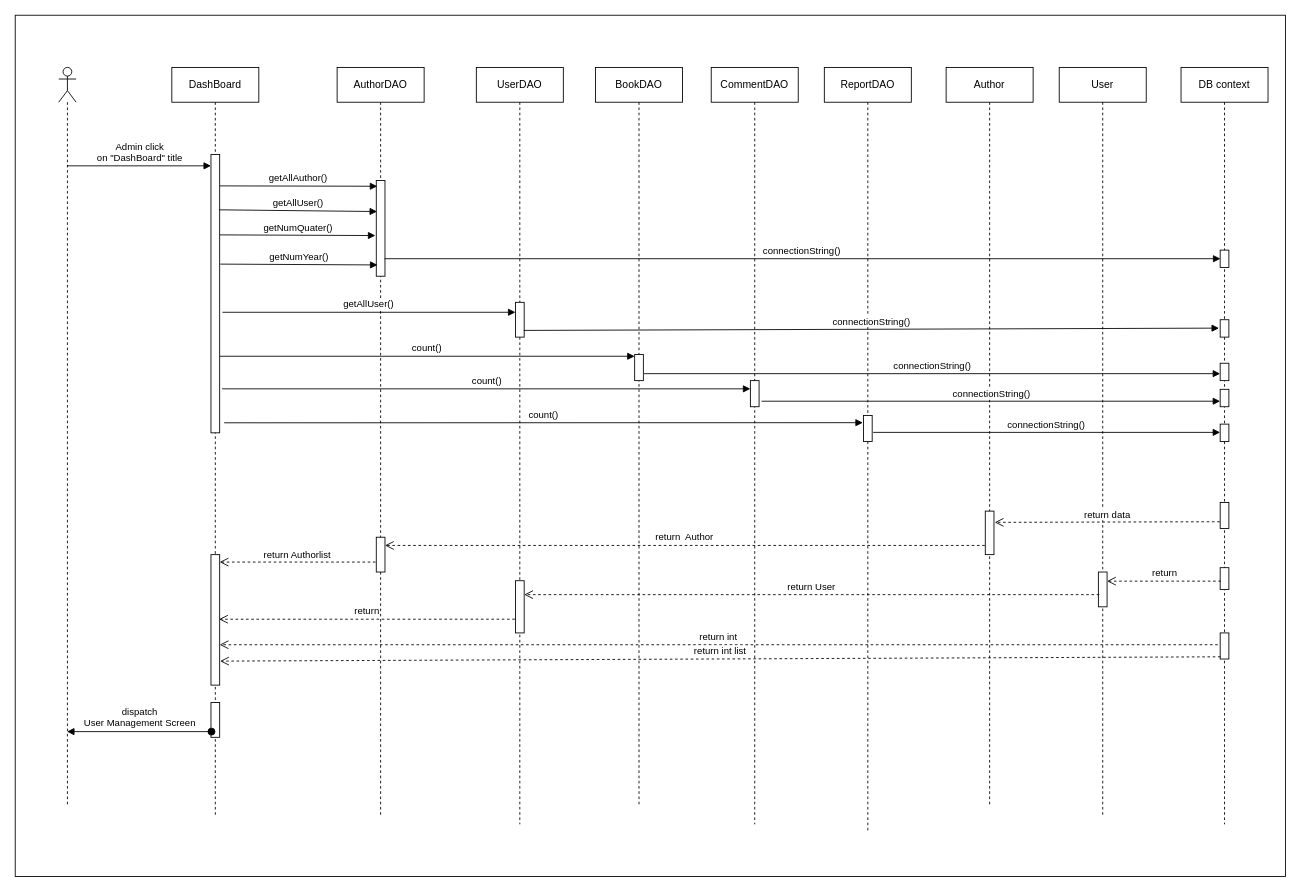
This is page "Trang-8" (8 of 8) of te3.drawio from baspdd/desktop-tutorial, a draw.io file, before an edit. Source tidied: cells renumbered, new cells numbered last; positions are measured from the earlier drawing's top-left corner, leaving out a move shared by most shapes. Both pictures are drawn from the tidied source at 87%, with x=0, y=0 at pixel (15, 15).
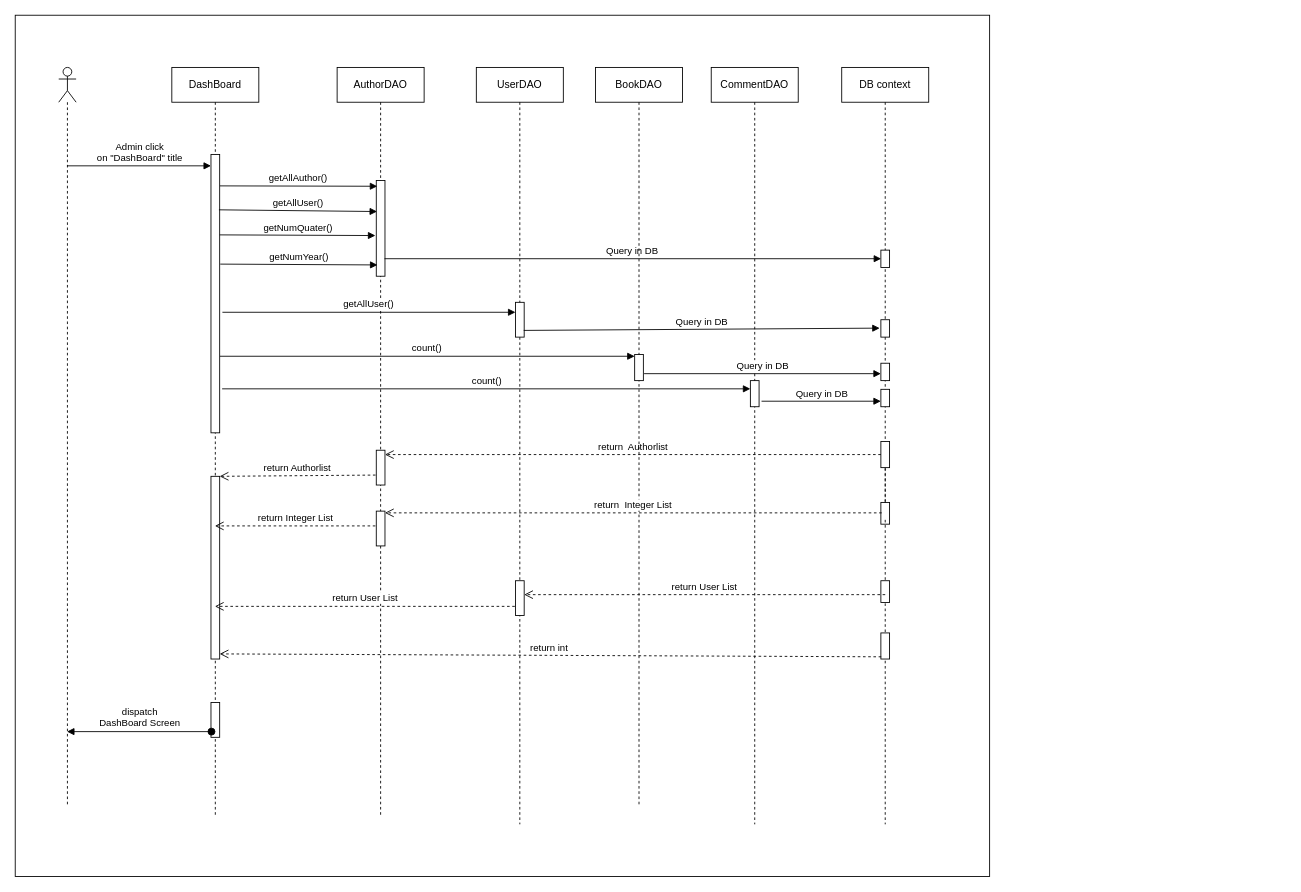
The same diagram, later.

Unchanged cells that the change refers to:
```xml
<mxCell id="3" style="shape=umlLifeline;participant=umlActor;perimeter=lifelinePerimeter;whiteSpace=wrap;html=1;verticalAlign=top;spacingTop=36;outlineConnect=0;" parent="1" vertex="1">
  <mxGeometry x="50" y="60" width="20" height="850" as="geometry" />
</mxCell>
<mxCell id="4" value="DashBoard" style="shape=umlLifeline;perimeter=lifelinePerimeter;whiteSpace=wrap;html=1;outlineConnect=0;" parent="1" vertex="1">
  <mxGeometry x="180" y="60" width="100" height="860" as="geometry" />
</mxCell>
<mxCell id="5" style="html=1;points=[];perimeter=orthogonalPerimeter;" parent="4" vertex="1">
  <mxGeometry x="45" y="100" width="10" height="320" as="geometry" />
</mxCell>
<mxCell id="7" style="html=1;points=[];perimeter=orthogonalPerimeter;" parent="4" vertex="1">
  <mxGeometry x="45" y="730" width="10" height="40" as="geometry" />
</mxCell>
<mxCell id="8" value="AuthorDAO" style="shape=umlLifeline;perimeter=lifelinePerimeter;whiteSpace=wrap;html=1;" parent="1" vertex="1">
  <mxGeometry x="370" y="60" width="100" height="860" as="geometry" />
</mxCell>
<mxCell id="9" style="html=1;points=[];perimeter=orthogonalPerimeter;" parent="8" vertex="1">
  <mxGeometry x="45" y="130" width="10" height="110" as="geometry" />
</mxCell>
<mxCell id="14" style="html=1;points=[];perimeter=orthogonalPerimeter;" parent="13" vertex="1">
  <mxGeometry x="45" y="210" width="10" height="20" as="geometry" />
</mxCell>
<mxCell id="15" style="html=1;points=[];perimeter=orthogonalPerimeter;" parent="13" vertex="1">
  <mxGeometry x="45" y="290" width="10" height="20" as="geometry" />
</mxCell>
<mxCell id="16" style="html=1;points=[];perimeter=orthogonalPerimeter;" parent="13" vertex="1">
  <mxGeometry x="45" y="340" width="10" height="20" as="geometry" />
</mxCell>
<mxCell id="17" style="html=1;points=[];perimeter=orthogonalPerimeter;" parent="13" vertex="1">
  <mxGeometry x="45" y="370" width="10" height="20" as="geometry" />
</mxCell>
<mxCell id="19" style="html=1;points=[];perimeter=orthogonalPerimeter;" parent="13" vertex="1">
  <mxGeometry x="45" y="650" width="10" height="30" as="geometry" />
</mxCell>
<mxCell id="33" value="UserDAO" style="shape=umlLifeline;perimeter=lifelinePerimeter;whiteSpace=wrap;html=1;" parent="1" vertex="1">
  <mxGeometry x="530" y="60" width="100" height="870" as="geometry" />
</mxCell>
<mxCell id="34" style="html=1;points=[];perimeter=orthogonalPerimeter;" parent="33" vertex="1">
  <mxGeometry x="45" y="270" width="10" height="40" as="geometry" />
</mxCell>
<mxCell id="37" style="html=1;points=[];perimeter=orthogonalPerimeter;" parent="36" vertex="1">
  <mxGeometry x="45" y="330" width="10" height="30" as="geometry" />
</mxCell>
<mxCell id="39" style="html=1;points=[];perimeter=orthogonalPerimeter;" parent="38" vertex="1">
  <mxGeometry x="45" y="360" width="10" height="30" as="geometry" />
</mxCell>
```

Change to the diagram source:
```diff
@@
     <mxCell id="2" style="rounded=0;whiteSpace=wrap;html=1;" parent="1" vertex="1">
-      <mxGeometry width="1460" height="990" as="geometry" />
+      <mxGeometry width="1120" height="990" as="geometry" />
     </mxCell>
@@
     <mxCell id="6" style="html=1;points=[];perimeter=orthogonalPerimeter;" parent="4" vertex="1">
-      <mxGeometry x="45" y="560" width="10" height="150" as="geometry" />
+      <mxGeometry x="45" y="470" width="10" height="210" as="geometry" />
     </mxCell>
@@
     <mxCell id="10" style="html=1;points=[];perimeter=orthogonalPerimeter;" parent="8" vertex="1">
-      <mxGeometry x="45" y="540" width="10" height="40" as="geometry" />
+      <mxGeometry x="45" y="440" width="10" height="40" as="geometry" />
     </mxCell>
-    <mxCell id="11" value="Author" style="shape=umlLifeline;perimeter=lifelinePerimeter;whiteSpace=wrap;html=1;" parent="1" vertex="1">
-      <mxGeometry x="1070" y="60" width="100" height="850" as="geometry" />
-    </mxCell>
-    <mxCell id="12" style="html=1;points=[];perimeter=orthogonalPerimeter;" parent="11" vertex="1">
-      <mxGeometry x="45" y="510" width="10" height="50" as="geometry" />
-    </mxCell>
+    <mxCell id="56" style="html=1;points=[];perimeter=orthogonalPerimeter;" parent="8" vertex="1">
+      <mxGeometry x="45" y="510" width="10" height="40" as="geometry" />
+    </mxCell>
     <mxCell id="13" value="DB context" style="shape=umlLifeline;perimeter=lifelinePerimeter;whiteSpace=wrap;html=1;" parent="1" vertex="1">
-      <mxGeometry x="1340" y="60" width="100" height="870" as="geometry" />
+      <mxGeometry x="950" y="60" width="100" height="870" as="geometry" />
     </mxCell>
@@
-    <mxCell id="18" style="html=1;points=[];perimeter=orthogonalPerimeter;" parent="13" vertex="1">
-      <mxGeometry x="45" y="410" width="10" height="20" as="geometry" />
-    </mxCell>
@@
     <mxCell id="20" style="html=1;points=[];perimeter=orthogonalPerimeter;" parent="13" vertex="1">
-      <mxGeometry x="45" y="500" width="10" height="30" as="geometry" />
+      <mxGeometry x="45" y="430" width="10" height="30" as="geometry" />
     </mxCell>
     <mxCell id="21" style="html=1;points=[];perimeter=orthogonalPerimeter;" parent="13" vertex="1">
-      <mxGeometry x="45" y="575" width="10" height="25" as="geometry" />
+      <mxGeometry x="45" y="500" width="10" height="25" as="geometry" />
     </mxCell>
+    <mxCell id="57" style="html=1;verticalAlign=bottom;endArrow=none;dashed=1;endSize=8;rounded=0;startArrow=none;" parent="13" edge="1" source="21" target="20">
+      <mxGeometry relative="1" as="geometry" />
+    </mxCell>
+    <mxCell id="58" style="html=1;perimeter=orthogonalPerimeter;" parent="13" vertex="1">
+      <mxGeometry x="45" y="590" width="10" height="25" as="geometry" />
+    </mxCell>
@@
-    <mxCell id="23" value="connectionString()" style="html=1;verticalAlign=bottom;endArrow=block;rounded=0;exitX=0.948;exitY=0.817;exitDx=0;exitDy=0;exitPerimeter=0;entryX=0.033;entryY=0.493;entryDx=0;entryDy=0;entryPerimeter=0;" parent="1" edge="1" source="9" target="14">
+    <mxCell id="23" value="Query in DB" style="html=1;verticalAlign=bottom;endArrow=block;rounded=0;exitX=0.948;exitY=0.817;exitDx=0;exitDy=0;exitPerimeter=0;entryX=0.033;entryY=0.493;entryDx=0;entryDy=0;entryPerimeter=0;" parent="1" edge="1" source="9" target="14">
       <mxGeometry relative="1" as="geometry" />
     </mxCell>
-    <mxCell id="24" value="return&amp;nbsp; Author" style="html=1;verticalAlign=bottom;endArrow=open;dashed=1;endSize=8;rounded=0;exitX=-0.052;exitY=0.789;exitDx=0;exitDy=0;exitPerimeter=0;" parent="1" edge="1" source="12" target="10">
+    <mxCell id="24" value="return&amp;nbsp; Authorlist" style="html=1;verticalAlign=bottom;endArrow=open;dashed=1;endSize=8;rounded=0;startArrow=none;" parent="1" edge="1" source="20" target="10">
       <mxGeometry relative="1" as="geometry" />
     </mxCell>
@@
-    <mxCell id="26" value="dispatch &lt;br&gt;User Management Screen" style="html=1;verticalAlign=bottom;startArrow=oval;startFill=1;endArrow=block;startSize=8;rounded=0;exitX=0.057;exitY=0.836;exitDx=0;exitDy=0;exitPerimeter=0;" parent="1" edge="1" source="7" target="3">
+    <mxCell id="26" value="dispatch &lt;br&gt;DashBoard Screen" style="html=1;verticalAlign=bottom;startArrow=oval;startFill=1;endArrow=block;startSize=8;rounded=0;exitX=0.057;exitY=0.836;exitDx=0;exitDy=0;exitPerimeter=0;" parent="1" edge="1" source="7" target="3">
       <mxGeometry relative="1" as="geometry" />
     </mxCell>
@@
-    <mxCell id="31" value="return int" style="html=1;verticalAlign=bottom;endArrow=open;dashed=1;endSize=8;rounded=0;exitX=-0.276;exitY=0.453;exitDx=0;exitDy=0;exitPerimeter=0;" parent="1" edge="1" source="19" target="6">
-      <mxGeometry relative="1" as="geometry" />
-    </mxCell>
-    <mxCell id="32" value="return int list" style="html=1;verticalAlign=bottom;endArrow=open;dashed=1;endSize=8;rounded=0;exitX=0.043;exitY=0.915;exitDx=0;exitDy=0;exitPerimeter=0;entryX=1.047;entryY=0.816;entryDx=0;entryDy=0;entryPerimeter=0;" parent="1" edge="1" source="19" target="6">
+    <mxCell id="32" value="return int&amp;nbsp;" style="html=1;verticalAlign=bottom;endArrow=open;dashed=1;endSize=8;rounded=0;exitX=0.043;exitY=0.915;exitDx=0;exitDy=0;exitPerimeter=0;entryX=1;entryY=0.972;entryDx=0;entryDy=0;entryPerimeter=0;" parent="1" edge="1" source="19" target="6">
       <mxGeometry relative="1" as="geometry" />
     </mxCell>
@@
     <mxCell id="35" style="html=1;points=[];perimeter=orthogonalPerimeter;" parent="33" vertex="1">
-      <mxGeometry x="45" y="590" width="10" height="60" as="geometry" />
+      <mxGeometry x="45" y="590" width="10" height="40" as="geometry" />
     </mxCell>
@@
-    <mxCell id="40" value="ReportDAO" style="shape=umlLifeline;perimeter=lifelinePerimeter;whiteSpace=wrap;html=1;" parent="1" vertex="1">
-      <mxGeometry x="930" y="60" width="100" height="880" as="geometry" />
-    </mxCell>
-    <mxCell id="41" style="html=1;points=[];perimeter=orthogonalPerimeter;" parent="40" vertex="1">
-      <mxGeometry x="45" y="400" width="10" height="30" as="geometry" />
-    </mxCell>
-    <mxCell id="42" value="User" style="shape=umlLifeline;perimeter=lifelinePerimeter;whiteSpace=wrap;html=1;" parent="1" vertex="1">
-      <mxGeometry x="1200" y="60" width="100" height="860" as="geometry" />
-    </mxCell>
-    <mxCell id="43" style="html=1;points=[];perimeter=orthogonalPerimeter;" parent="42" vertex="1">
-      <mxGeometry x="45" y="580" width="10" height="40" as="geometry" />
-    </mxCell>
@@
-    <mxCell id="45" value="connectionString()" style="html=1;verticalAlign=bottom;endArrow=block;rounded=0;exitX=0.95;exitY=0.807;exitDx=0;exitDy=0;exitPerimeter=0;entryX=-0.133;entryY=0.483;entryDx=0;entryDy=0;entryPerimeter=0;" parent="1" edge="1" source="34" target="15">
+    <mxCell id="45" value="Query in DB" style="html=1;verticalAlign=bottom;endArrow=block;rounded=0;exitX=0.95;exitY=0.807;exitDx=0;exitDy=0;exitPerimeter=0;entryX=-0.133;entryY=0.483;entryDx=0;entryDy=0;entryPerimeter=0;" parent="1" edge="1" source="34" target="15">
       <mxGeometry relative="1" as="geometry" />
     </mxCell>
@@
-    <mxCell id="48" value="connectionString()" style="html=1;verticalAlign=bottom;endArrow=block;rounded=0;exitX=1.083;exitY=0.733;exitDx=0;exitDy=0;exitPerimeter=0;" parent="1" edge="1" source="37" target="16">
+    <mxCell id="48" value="Query in DB" style="html=1;verticalAlign=bottom;endArrow=block;rounded=0;exitX=1.083;exitY=0.733;exitDx=0;exitDy=0;exitPerimeter=0;" parent="1" edge="1" source="37" target="16">
       <mxGeometry relative="1" as="geometry" />
     </mxCell>
-    <mxCell id="49" value="connectionString()" style="html=1;verticalAlign=bottom;endArrow=block;rounded=0;exitX=1.283;exitY=0.789;exitDx=0;exitDy=0;exitPerimeter=0;" parent="1" edge="1" source="39" target="17">
+    <mxCell id="49" value="Query in DB" style="html=1;verticalAlign=bottom;endArrow=block;rounded=0;exitX=1.283;exitY=0.789;exitDx=0;exitDy=0;exitPerimeter=0;" parent="1" edge="1" source="39" target="17">
       <mxGeometry relative="1" as="geometry" />
     </mxCell>
-    <mxCell id="50" value="connectionString()" style="html=1;verticalAlign=bottom;endArrow=block;rounded=0;exitX=1.117;exitY=0.65;exitDx=0;exitDy=0;exitPerimeter=0;" parent="1" edge="1" source="41" target="18">
-      <mxGeometry relative="1" as="geometry" />
-    </mxCell>
-    <mxCell id="51" value="return data" style="html=1;verticalAlign=bottom;endArrow=open;dashed=1;endSize=8;rounded=0;exitX=-0.052;exitY=0.74;exitDx=0;exitDy=0;exitPerimeter=0;entryX=1.086;entryY=0.258;entryDx=0;entryDy=0;entryPerimeter=0;" parent="1" edge="1" source="20" target="12">
-      <mxGeometry relative="1" as="geometry" />
-    </mxCell>
-    <mxCell id="52" value="return" style="html=1;verticalAlign=bottom;endArrow=open;dashed=1;endSize=8;rounded=0;exitX=0.086;exitY=0.619;exitDx=0;exitDy=0;exitPerimeter=0;" parent="1" edge="1" source="21" target="43">
-      <mxGeometry relative="1" as="geometry" />
-    </mxCell>
-    <mxCell id="53" value="count()" style="html=1;verticalAlign=bottom;endArrow=block;rounded=0;exitX=1.518;exitY=0.964;exitDx=0;exitDy=0;exitPerimeter=0;entryX=-0.071;entryY=0.278;entryDx=0;entryDy=0;entryPerimeter=0;" parent="1" edge="1" source="5" target="41">
-      <mxGeometry relative="1" as="geometry" />
-    </mxCell>
-    <mxCell id="54" value="return User" style="html=1;verticalAlign=bottom;endArrow=open;dashed=1;endSize=8;rounded=0;exitX=0.106;exitY=0.65;exitDx=0;exitDy=0;exitPerimeter=0;" parent="1" edge="1" source="43" target="35">
-      <mxGeometry relative="1" as="geometry" />
+    <mxCell id="54" value="return User List" style="html=1;verticalAlign=bottom;endArrow=open;dashed=1;endSize=8;rounded=0;" parent="1" edge="1" target="35">
+      <mxGeometry relative="1" as="geometry">
+        <mxPoint x="1000" y="666" as="sourcePoint" />
+      </mxGeometry>
     </mxCell>
-    <mxCell id="55" value="return" style="html=1;verticalAlign=bottom;endArrow=open;dashed=1;endSize=8;rounded=0;exitX=-0.071;exitY=0.737;exitDx=0;exitDy=0;exitPerimeter=0;entryX=0.929;entryY=0.495;entryDx=0;entryDy=0;entryPerimeter=0;" parent="1" edge="1" source="35" target="6">
+    <mxCell id="55" value="return User List" style="html=1;verticalAlign=bottom;endArrow=open;dashed=1;endSize=8;rounded=0;exitX=-0.071;exitY=0.737;exitDx=0;exitDy=0;exitPerimeter=0;" parent="1" edge="1" source="35" target="4">
       <mxGeometry relative="1" as="geometry" />
     </mxCell>
+    <mxCell id="59" style="html=1;verticalAlign=bottom;endArrow=none;dashed=1;endSize=8;rounded=0;" parent="1" edge="1" target="21">
+      <mxGeometry relative="1" as="geometry">
+        <mxPoint x="1000" y="580" as="sourcePoint" />
+      </mxGeometry>
+    </mxCell>
+    <mxCell id="60" value="return&amp;nbsp; Integer List" style="html=1;verticalAlign=bottom;endArrow=open;dashed=1;endSize=8;rounded=0;startArrow=none;exitX=0.1;exitY=0.48;exitDx=0;exitDy=0;exitPerimeter=0;" parent="1" edge="1" source="21" target="56">
+      <mxGeometry relative="1" as="geometry" />
+    </mxCell>
+    <mxCell id="61" value="return Integer List" style="html=1;verticalAlign=bottom;endArrow=open;dashed=1;endSize=8;rounded=0;exitX=-0.1;exitY=0.425;exitDx=0;exitDy=0;exitPerimeter=0;" parent="1" edge="1" source="56" target="4">
+      <mxGeometry relative="1" as="geometry" />
+    </mxCell>
```
